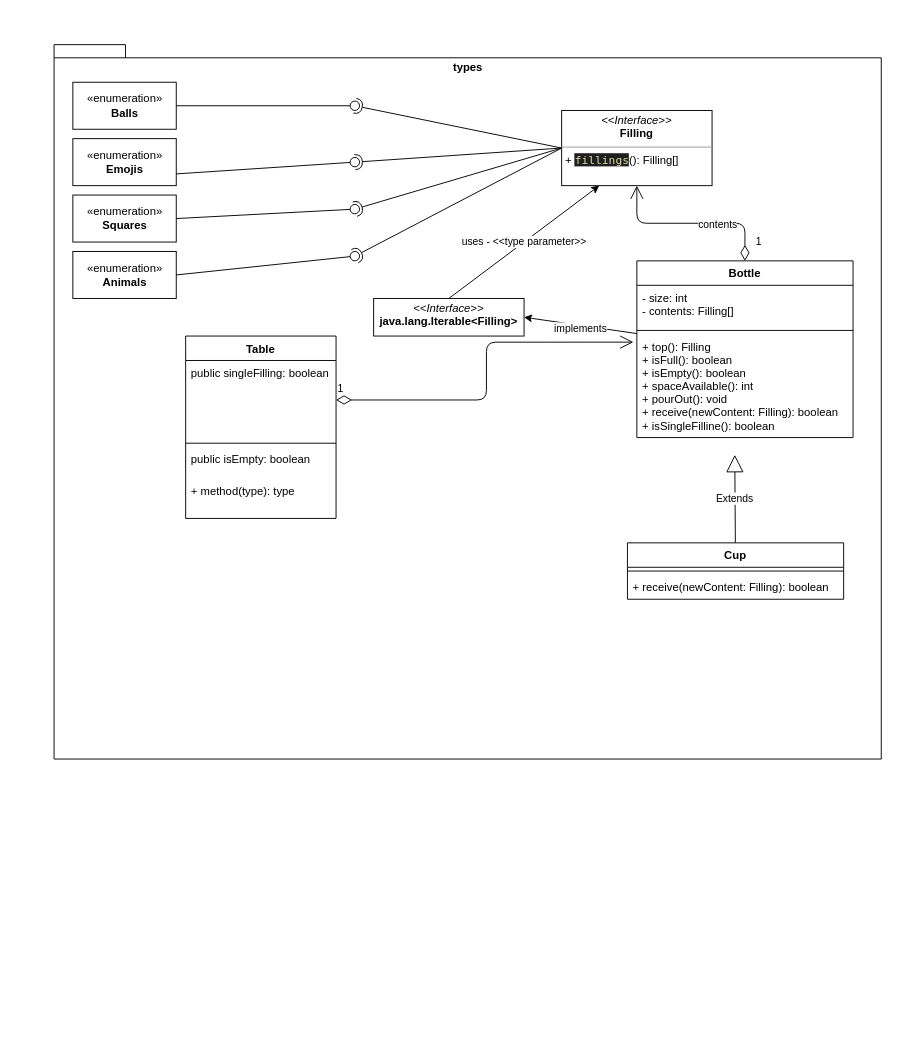
Before: classdiagram.drawio in locoop11/projeto_PCO, a draw.io diagram. Source tidied: cells renumbered, new cells numbered last; positions are measured from the earlier drawing's top-left corner, leaving out a move shared by most shapes. Both pictures are drawn from the tidied source at 94%, with x=0, y=0 at pixel (54, 44).
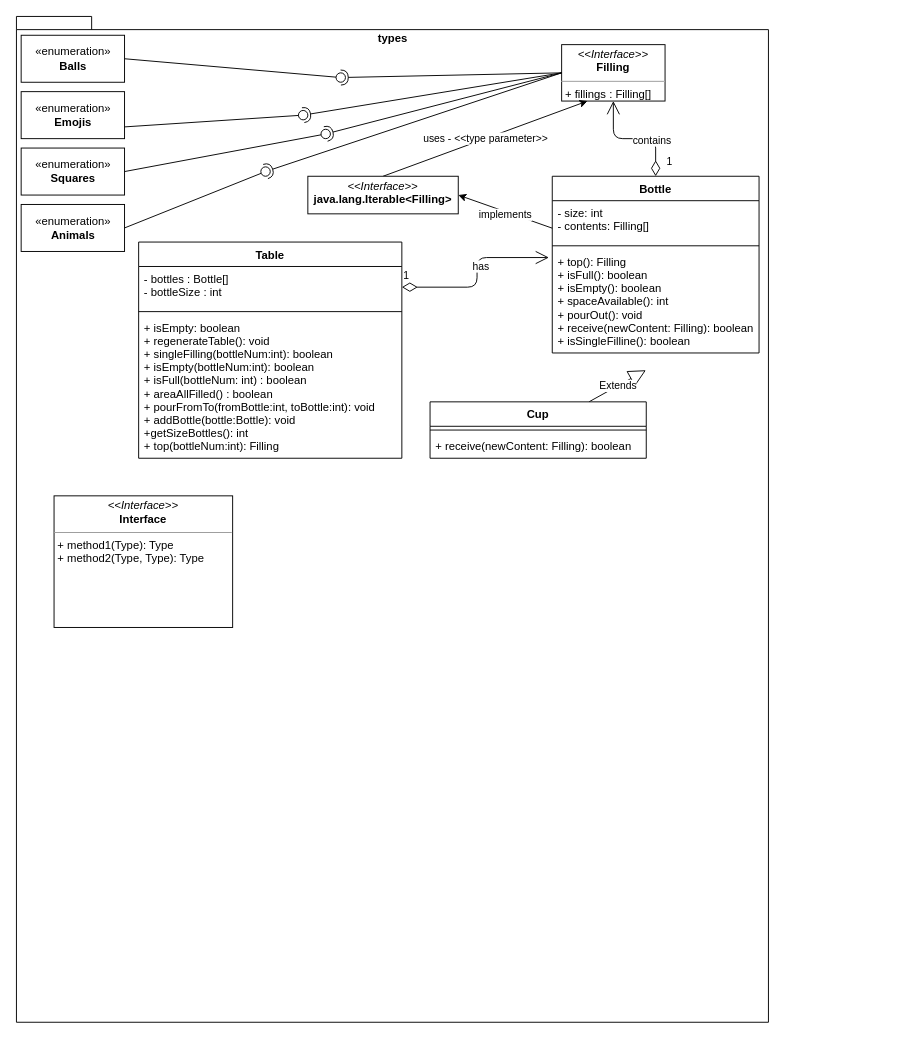
After the change.

Commit message (it also covers changes not shown here):
Bottle and Table tests pass

Unchanged cells that the change refers to:
```xml
<mxCell id="37" value="1" style="endArrow=open;html=1;endSize=12;startArrow=diamondThin;startSize=14;startFill=0;edgeStyle=orthogonalEdgeStyle;align=left;verticalAlign=bottom;exitX=1;exitY=0.5;exitDx=0;exitDy=0;entryX=-0.016;entryY=0.077;entryDx=0;entryDy=0;entryPerimeter=0;" parent="1" edge="1" source="33" target="8">
  <mxGeometry x="-1" y="3" relative="1" as="geometry" />
</mxCell>
<mxCell id="38" value="1" style="endArrow=open;html=1;endSize=12;startArrow=diamondThin;startSize=14;startFill=0;edgeStyle=orthogonalEdgeStyle;align=left;verticalAlign=bottom;exitX=0.5;exitY=0;exitDx=0;exitDy=0;entryX=0.5;entryY=1;entryDx=0;entryDy=0;" parent="1" edge="1" source="5" target="9">
  <mxGeometry x="-0.89" y="-10" relative="1" as="geometry" />
</mxCell>
```

The edit, as a diff of the source:
```diff
@@
     <mxCell id="2" value="types" style="shape=folder;fontStyle=1;spacingTop=10;tabWidth=40;tabHeight=14;tabPosition=left;html=1;align=center;horizontal=1;verticalAlign=top;" parent="1" vertex="1">
-      <mxGeometry width="880" height="760" as="geometry" />
+      <mxGeometry x="-40" y="-30" width="800" height="1070" as="geometry" />
     </mxCell>
@@
     <mxCell id="5" value="Bottle" style="swimlane;fontStyle=1;align=center;verticalAlign=top;horizontal=1;startSize=26;" parent="1" vertex="1">
-      <mxGeometry x="620" y="230" width="230" height="188" as="geometry" />
+      <mxGeometry x="530" y="140" width="220" height="188" as="geometry" />
     </mxCell>
     <mxCell id="6" value="- size: int&#10;- contents: Filling[]" style="text;strokeColor=none;fillColor=none;align=left;verticalAlign=top;spacingLeft=4;spacingRight=4;overflow=hidden;" parent="5" vertex="1">
-      <mxGeometry y="26" width="230" height="44" as="geometry" />
+      <mxGeometry y="26" width="220" height="44" as="geometry" />
     </mxCell>
     <mxCell id="7" style="line;strokeWidth=1;fillColor=none;align=left;verticalAlign=middle;spacingTop=-1;spacingLeft=3;spacingRight=3;labelPosition=right;strokeColor=inherit;" parent="5" vertex="1">
-      <mxGeometry y="70" width="230" height="8" as="geometry" />
+      <mxGeometry y="70" width="220" height="8" as="geometry" />
     </mxCell>
     <mxCell id="8" value="+ top(): Filling&#10;+ isFull(): boolean&#10;+ isEmpty(): boolean&#10;+ spaceAvailable(): int&#10;+ pourOut(): void&#10;+ receive(newContent: Filling): boolean&#10;+ isSingleFilline(): boolean" style="text;strokeColor=none;fillColor=none;align=left;verticalAlign=top;spacingLeft=4;spacingRight=4;overflow=hidden;points=[[0,0.5],[1,0.5]];portConstraint=eastwest;" parent="5" vertex="1">
-      <mxGeometry y="78" width="230" height="110" as="geometry" />
+      <mxGeometry y="78" width="220" height="110" as="geometry" />
     </mxCell>
-    <mxCell id="9" value="&lt;p style=&quot;margin:0px;margin-top:4px;text-align:center;&quot;&gt;&lt;i&gt;&amp;lt;&amp;lt;Interface&amp;gt;&amp;gt;&lt;/i&gt;&lt;br&gt;&lt;b&gt;Filling&lt;/b&gt;&lt;/p&gt;&lt;hr size=&quot;1&quot;&gt;&lt;p style=&quot;margin:0px;margin-left:4px;&quot;&gt;+&amp;nbsp;&lt;span style=&quot;color: rgb(220, 220, 170); background-color: rgb(31, 31, 31); font-family: Menlo, Monaco, &amp;quot;Courier New&amp;quot;, monospace;&quot;&gt;fillings&lt;/span&gt;&lt;span style=&quot;background-color: initial;&quot;&gt;(): Filling[]&lt;/span&gt;&lt;/p&gt;" style="verticalAlign=top;align=left;overflow=fill;fontSize=12;fontFamily=Helvetica;html=1;" parent="1" vertex="1">
-      <mxGeometry x="540" y="70" width="160" height="80" as="geometry" />
+    <mxCell id="9" value="&lt;p style=&quot;margin:0px;margin-top:4px;text-align:center;&quot;&gt;&lt;i&gt;&amp;lt;&amp;lt;Interface&amp;gt;&amp;gt;&lt;/i&gt;&lt;br&gt;&lt;b&gt;Filling&lt;/b&gt;&lt;/p&gt;&lt;hr size=&quot;1&quot;&gt;&lt;p style=&quot;margin:0px;margin-left:4px;&quot;&gt;+ fillings&lt;span style=&quot;background-color: initial;&quot;&gt;&amp;nbsp;: Filling[]&lt;/span&gt;&lt;br&gt;&lt;/p&gt;" style="verticalAlign=top;align=left;overflow=fill;fontSize=12;fontFamily=Helvetica;html=1;" parent="1" vertex="1">
+      <mxGeometry x="540" width="110" height="60" as="geometry" />
     </mxCell>
     <mxCell id="10" value="«enumeration»&lt;br&gt;&lt;b&gt;Balls&lt;br&gt;&lt;/b&gt;" style="html=1;" parent="1" vertex="1">
-      <mxGeometry x="20" y="40" width="110" height="50" as="geometry" />
+      <mxGeometry x="-35" y="-10" width="110" height="50" as="geometry" />
     </mxCell>
     <mxCell id="11" value="«enumeration»&lt;br&gt;&lt;b&gt;Emojis&lt;br&gt;&lt;/b&gt;" style="html=1;" parent="1" vertex="1">
-      <mxGeometry x="20" y="100" width="110" height="50" as="geometry" />
+      <mxGeometry x="-35" y="50" width="110" height="50" as="geometry" />
     </mxCell>
     <mxCell id="12" value="«enumeration»&lt;br&gt;&lt;b&gt;Squares&lt;br&gt;&lt;/b&gt;" style="html=1;" parent="1" vertex="1">
-      <mxGeometry x="20" y="160" width="110" height="50" as="geometry" />
+      <mxGeometry x="-35" y="110" width="110" height="50" as="geometry" />
     </mxCell>
@@
     <mxCell id="15" style="ellipse;whiteSpace=wrap;html=1;align=center;points=[];outlineConnect=0;sketch=0;" parent="1" vertex="1">
-      <mxGeometry x="315" y="60" width="10" height="10" as="geometry" />
+      <mxGeometry x="300" y="30" width="10" height="10" as="geometry" />
     </mxCell>
@@
     <mxCell id="18" style="ellipse;whiteSpace=wrap;html=1;align=center;points=[];outlineConnect=0;sketch=0;" parent="1" vertex="1">
-      <mxGeometry x="315" y="120" width="10" height="10" as="geometry" />
+      <mxGeometry x="260" y="70" width="10" height="10" as="geometry" />
     </mxCell>
@@
     <mxCell id="21" style="ellipse;whiteSpace=wrap;html=1;align=center;points=[];outlineConnect=0;sketch=0;" parent="1" vertex="1">
-      <mxGeometry x="315" y="170" width="10" height="10" as="geometry" />
+      <mxGeometry x="284" y="90" width="10" height="10" as="geometry" />
     </mxCell>
     <mxCell id="22" value="«enumeration»&lt;br&gt;&lt;b&gt;Animals&lt;br&gt;&lt;/b&gt;" style="html=1;" parent="1" vertex="1">
-      <mxGeometry x="20" y="220" width="110" height="50" as="geometry" />
+      <mxGeometry x="-35" y="170" width="110" height="50" as="geometry" />
     </mxCell>
@@
     <mxCell id="25" style="ellipse;whiteSpace=wrap;html=1;align=center;points=[];outlineConnect=0;sketch=0;" parent="1" vertex="1">
-      <mxGeometry x="315" y="220" width="10" height="10" as="geometry" />
+      <mxGeometry x="220" y="130" width="10" height="10" as="geometry" />
     </mxCell>
@@
     <mxCell id="27" value="&lt;p style=&quot;margin:0px;margin-top:4px;text-align:center;&quot;&gt;&lt;i&gt;&amp;lt;&amp;lt;Interface&amp;gt;&amp;gt;&lt;/i&gt;&lt;br&gt;&lt;b&gt;java.lang.Iterable&amp;lt;Filling&amp;gt;&lt;/b&gt;&lt;/p&gt;" style="verticalAlign=top;align=left;overflow=fill;fontSize=12;fontFamily=Helvetica;html=1;" parent="1" vertex="1">
-      <mxGeometry x="340" y="270" width="160" height="40" as="geometry" />
+      <mxGeometry x="270" y="140" width="160" height="40" as="geometry" />
     </mxCell>
@@
     <mxCell id="29" value="Cup" style="swimlane;fontStyle=1;align=center;verticalAlign=top;horizontal=1;startSize=26;" parent="1" vertex="1">
-      <mxGeometry x="610" y="530" width="230" height="60" as="geometry" />
+      <mxGeometry x="400" y="380" width="230" height="60" as="geometry" />
     </mxCell>
@@
     <mxCell id="32" value="Table" style="swimlane;fontStyle=1;align=center;verticalAlign=top;horizontal=1;startSize=26;" parent="1" vertex="1">
-      <mxGeometry x="140" y="310" width="160" height="194" as="geometry" />
+      <mxGeometry x="90" y="210" width="280" height="230" as="geometry" />
     </mxCell>
-    <mxCell id="33" value="public singleFilling: boolean" style="text;strokeColor=none;fillColor=none;align=left;verticalAlign=top;spacingLeft=4;spacingRight=4;overflow=hidden;points=[[0,0.5],[1,0.5]];portConstraint=eastwest;" parent="32" vertex="1">
-      <mxGeometry y="26" width="160" height="84" as="geometry" />
+    <mxCell id="33" value="- bottles : Bottle[]&#10;- bottleSize : int" style="text;strokeColor=none;fillColor=none;align=left;verticalAlign=top;spacingLeft=4;spacingRight=4;overflow=hidden;points=[[0,0.5],[1,0.5]];portConstraint=eastwest;" parent="32" vertex="1">
+      <mxGeometry y="26" width="280" height="44" as="geometry" />
     </mxCell>
     <mxCell id="34" style="line;strokeWidth=1;fillColor=none;align=left;verticalAlign=middle;spacingTop=-1;spacingLeft=3;spacingRight=3;labelPosition=right;strokeColor=inherit;" parent="32" vertex="1">
-      <mxGeometry y="110" width="160" height="8" as="geometry" />
+      <mxGeometry y="70" width="280" height="8" as="geometry" />
     </mxCell>
-    <mxCell id="35" value="public isEmpty: boolean" style="text;strokeColor=none;fillColor=none;align=left;verticalAlign=top;spacingLeft=4;spacingRight=4;overflow=hidden;" parent="32" vertex="1">
-      <mxGeometry y="118" width="160" height="34" as="geometry" />
+    <mxCell id="35" value="+ isEmpty: boolean&#10;+ regenerateTable(): void&#10;+ singleFilling(bottleNum:int): boolean&#10;+ isEmpty(bottleNum:int): boolean&#10;+ isFull(bottleNum: int) : boolean&#10;+ areaAllFilled() : boolean&#10;+ pourFromTo(fromBottle:int, toBottle:int): void&#10;+ addBottle(bottle:Bottle): void&#10;+getSizeBottles(): int&#10;+ top(bottleNum:int): Filling" style="text;strokeColor=none;fillColor=none;align=left;verticalAlign=top;spacingLeft=4;spacingRight=4;overflow=hidden;" parent="32" vertex="1">
+      <mxGeometry y="78" width="280" height="152" as="geometry" />
     </mxCell>
-    <mxCell id="36" value="+ method(type): type" style="text;strokeColor=none;fillColor=none;align=left;verticalAlign=top;spacingLeft=4;spacingRight=4;overflow=hidden;" parent="32" vertex="1">
-      <mxGeometry y="152" width="160" height="42" as="geometry" />
-    </mxCell>
@@
+    <mxCell id="40" value="has" style="edgeLabel;html=1;align=center;verticalAlign=middle;" parent="37" vertex="1">
+      <mxGeometry x="0.1" y="-3" relative="1" as="geometry" />
+    </mxCell>
@@
-    <mxCell id="39" value="contents" style="edgeLabel;html=1;align=center;verticalAlign=middle;" parent="38" vertex="1">
+    <mxCell id="39" value="contains" style="edgeLabel;html=1;align=center;verticalAlign=middle;" parent="38" vertex="1">
       <mxGeometry x="-0.28" y="1" relative="1" as="geometry" />
     </mxCell>
+    <mxCell id="41" value="&lt;p style=&quot;margin:0px;margin-top:4px;text-align:center;&quot;&gt;&lt;i&gt;&amp;lt;&amp;lt;Interface&amp;gt;&amp;gt;&lt;/i&gt;&lt;br&gt;&lt;b&gt;Interface&lt;/b&gt;&lt;/p&gt;&lt;hr size=&quot;1&quot;&gt;&lt;p style=&quot;margin:0px;margin-left:4px;&quot;&gt;+ method1(Type): Type&lt;br&gt;+ method2(Type, Type): Type&lt;/p&gt;" style="verticalAlign=top;align=left;overflow=fill;fontSize=12;fontFamily=Helvetica;html=1;" parent="1" vertex="1">
+      <mxGeometry y="480" width="190" height="140" as="geometry" />
+    </mxCell>
```
